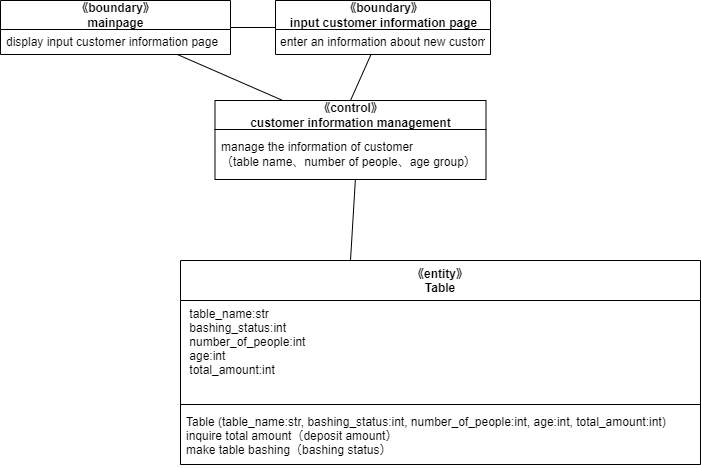
Above: psp4/設計モデルのクラス/設計モデルクラス図_新規客.drawio.png in MasakiHiguchi/--- (draw.io), before the change. Source tidied: cells renumbered, new cells last; positions are measured from the earlier drawing's top-left corner, leaving out a move shared by most shapes.
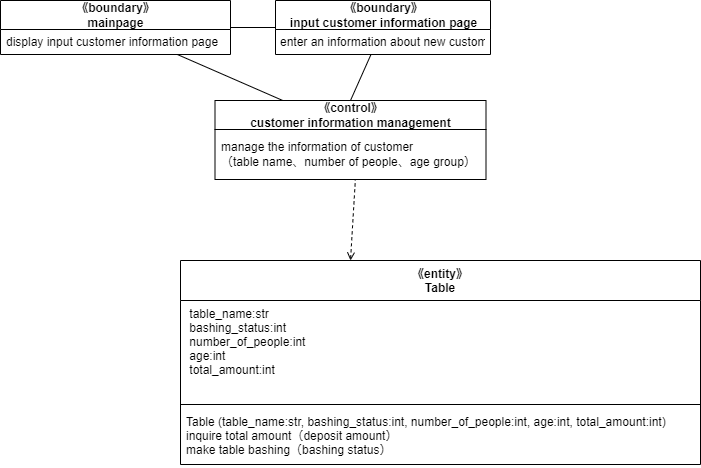
Above is the later version.

Diff of the diagram source:
```diff
@@ -29,7 +29,7 @@
     <mxCell id="10" value="manage the information of customer&lt;br&gt;（table name、number of people、age group）" style="text;html=1;strokeColor=none;fillColor=none;align=left;verticalAlign=middle;spacingLeft=4;spacingRight=4;overflow=hidden;points=[[0,0.5],[1,0.5]];portConstraint=eastwest;" parent="9" vertex="1">
       <mxGeometry y="29" width="271" height="50" as="geometry" />
     </mxCell>
-    <mxCell id="11" style="edgeStyle=none;html=1;exitX=0.5;exitY=0;exitDx=0;exitDy=0;entryX=0.518;entryY=0.998;entryDx=0;entryDy=0;endArrow=none;endFill=0;entryPerimeter=0;" parent="1" edge="1" target="10">
+    <mxCell id="11" style="edgeStyle=none;html=1;exitX=0.5;exitY=0;exitDx=0;exitDy=0;entryX=0.518;entryY=0.998;entryDx=0;entryDy=0;endArrow=none;endFill=0;entryPerimeter=0;startArrow=open;startFill=0;dashed=1;" parent="1" edge="1" target="10">
       <mxGeometry relative="1" as="geometry">
         <mxPoint x="350" y="260" as="sourcePoint" />
       </mxGeometry>
```
